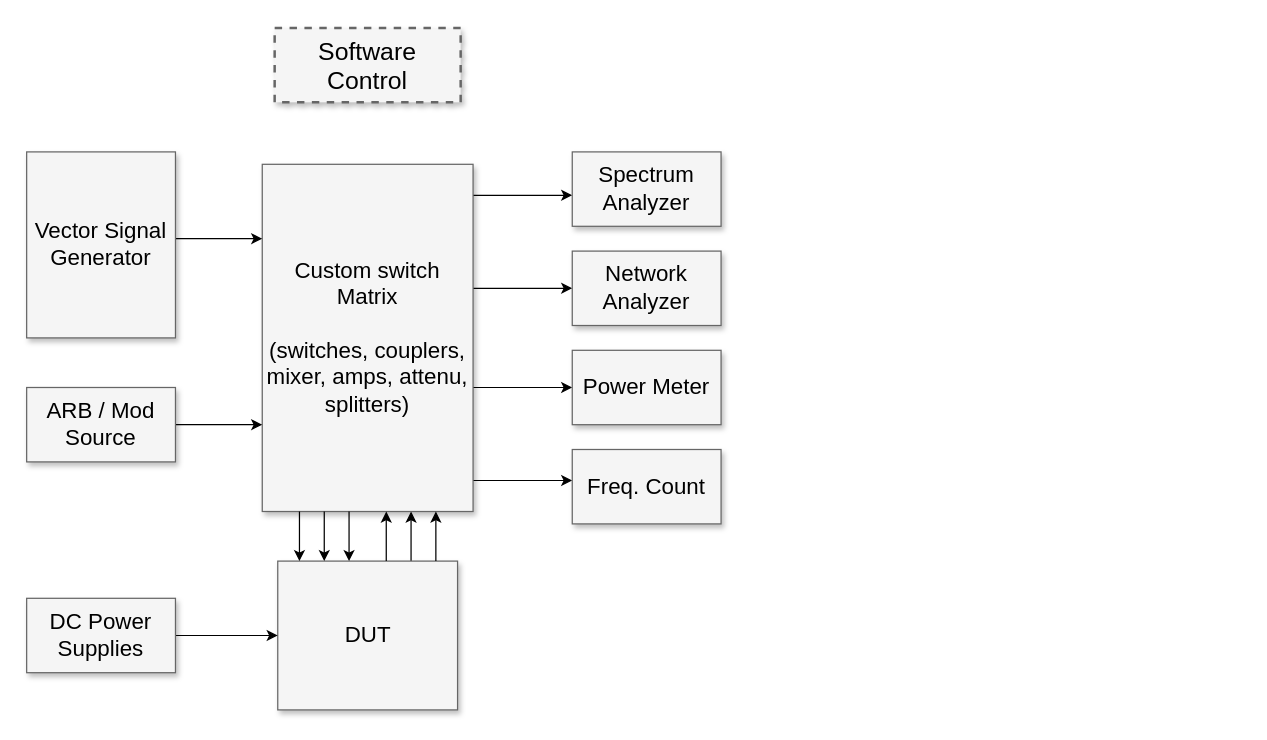
jmoro1/voltmeter keeps this draw.io diagram as template.drawio. Above is the earlier version. Source tidied: cells renumbered, new cells numbered last; positions are measured from the earlier drawing's top-left corner, leaving out a move shared by most shapes. Both pictures are drawn from the tidied source at 124%, with x=0, y=0 at pixel (26, 27).
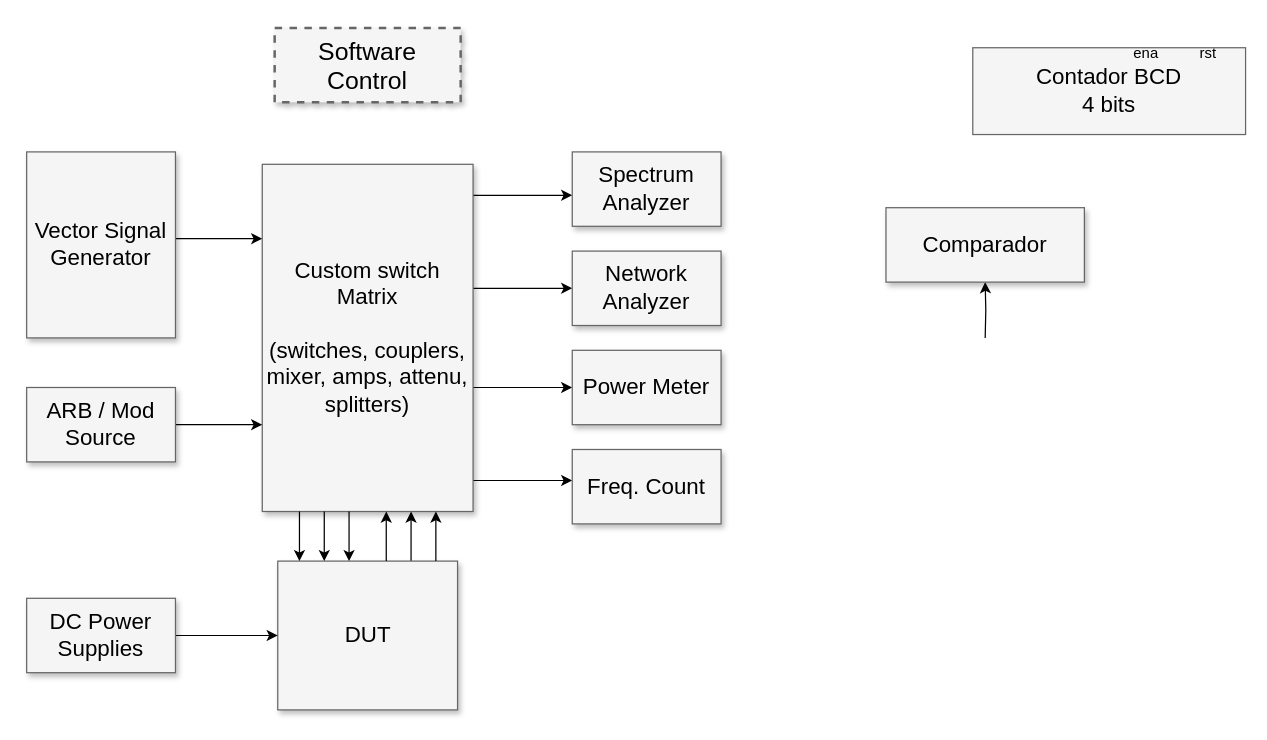
Above is the later version.

Diff of the diagram source:
```diff
@@
+    <mxCell id="25" value="Contador BCD&lt;br&gt;4 bits" style="whiteSpace=wrap;html=1;shadow=0;fontSize=18;fillColor=#f5f5f5;strokeColor=#666666;" parent="1" vertex="1">
+      <mxGeometry x="763" y="16" width="220" height="70" as="geometry" />
+    </mxCell>
+    <mxCell id="26" style="edgeStyle=orthogonalEdgeStyle;rounded=0;jettySize=auto;html=1;" parent="1" edge="1" target="27">
+      <mxGeometry relative="1" as="geometry">
+        <mxPoint x="773" y="250" as="sourcePoint" />
+      </mxGeometry>
+    </mxCell>
+    <mxCell id="27" value="Comparador" style="whiteSpace=wrap;html=1;shadow=1;fontSize=18;fillColor=#f5f5f5;strokeColor=#666666;direction=west;" parent="1" vertex="1">
+      <mxGeometry x="693" y="145" width="160" height="60" as="geometry" />
+    </mxCell>
+    <mxCell id="28" value="ena" style="text;strokeColor=none;align=center;fillColor=none;html=1;verticalAlign=middle;whiteSpace=wrap;rounded=0;" parent="1" vertex="1">
+      <mxGeometry x="873" y="6" width="60" height="30" as="geometry" />
+    </mxCell>
+    <mxCell id="29" value="rst" style="text;strokeColor=none;align=center;fillColor=none;html=1;verticalAlign=middle;whiteSpace=wrap;rounded=0;" parent="1" vertex="1">
+      <mxGeometry x="923" y="6" width="60" height="30" as="geometry" />
+    </mxCell>
```
